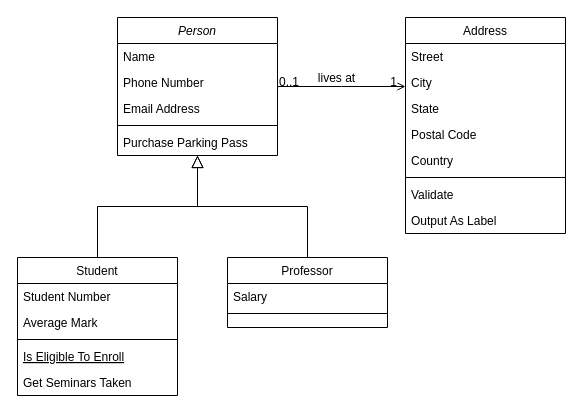
Above: src/Diagrama sin título.drawio in JulianEspitia0211/ExamenFinal1 (draw.io), before the change. Source tidied: cells renumbered, new cells numbered last; positions are measured from the earlier drawing's top-left corner, leaving out a move shared by most shapes. Both pictures are drawn from the tidied source at 100%, with x=0, y=0 at pixel (17, 17).
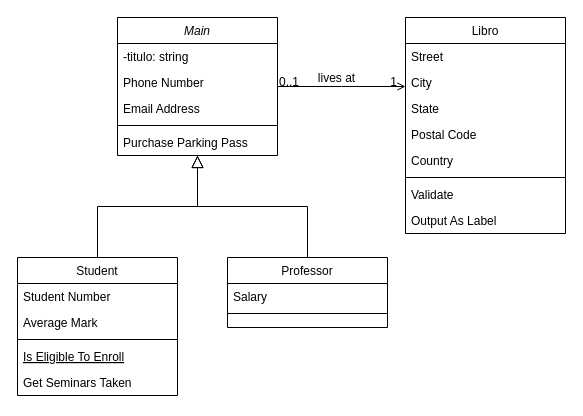
Above is the later version.

Commit message:
diagrama de clases de libreria

Change to the diagram source:
```diff
@@
-    <mxCell id="2" value="Person" style="swimlane;fontStyle=2;align=center;verticalAlign=top;horizontal=1;startSize=26;rounded=0;shadow=0;strokeWidth=1;" parent="1" vertex="1">
+    <mxCell id="2" value="Main" style="swimlane;fontStyle=2;align=center;verticalAlign=top;horizontal=1;startSize=26;rounded=0;shadow=0;strokeWidth=1;" parent="1" vertex="1">
       <mxGeometry x="100" width="160" height="138" as="geometry" />
     </mxCell>
-    <mxCell id="3" value="Name" style="text;align=left;verticalAlign=top;spacingLeft=4;spacingRight=4;overflow=hidden;" parent="2" vertex="1">
+    <mxCell id="3" value="-titulo: string" style="text;align=left;verticalAlign=top;spacingLeft=4;spacingRight=4;overflow=hidden;" parent="2" vertex="1">
       <mxGeometry y="26" width="160" height="26" as="geometry" />
     </mxCell>
@@
-    <mxCell id="19" value="Address" style="swimlane;fontStyle=0;align=center;verticalAlign=top;horizontal=1;startSize=26;rounded=0;shadow=0;strokeWidth=1;" parent="1" vertex="1">
+    <mxCell id="19" value="Libro" style="swimlane;fontStyle=0;align=center;verticalAlign=top;horizontal=1;startSize=26;rounded=0;shadow=0;strokeWidth=1;" parent="1" vertex="1">
       <mxGeometry x="388" width="160" height="216" as="geometry" />
     </mxCell>
```
